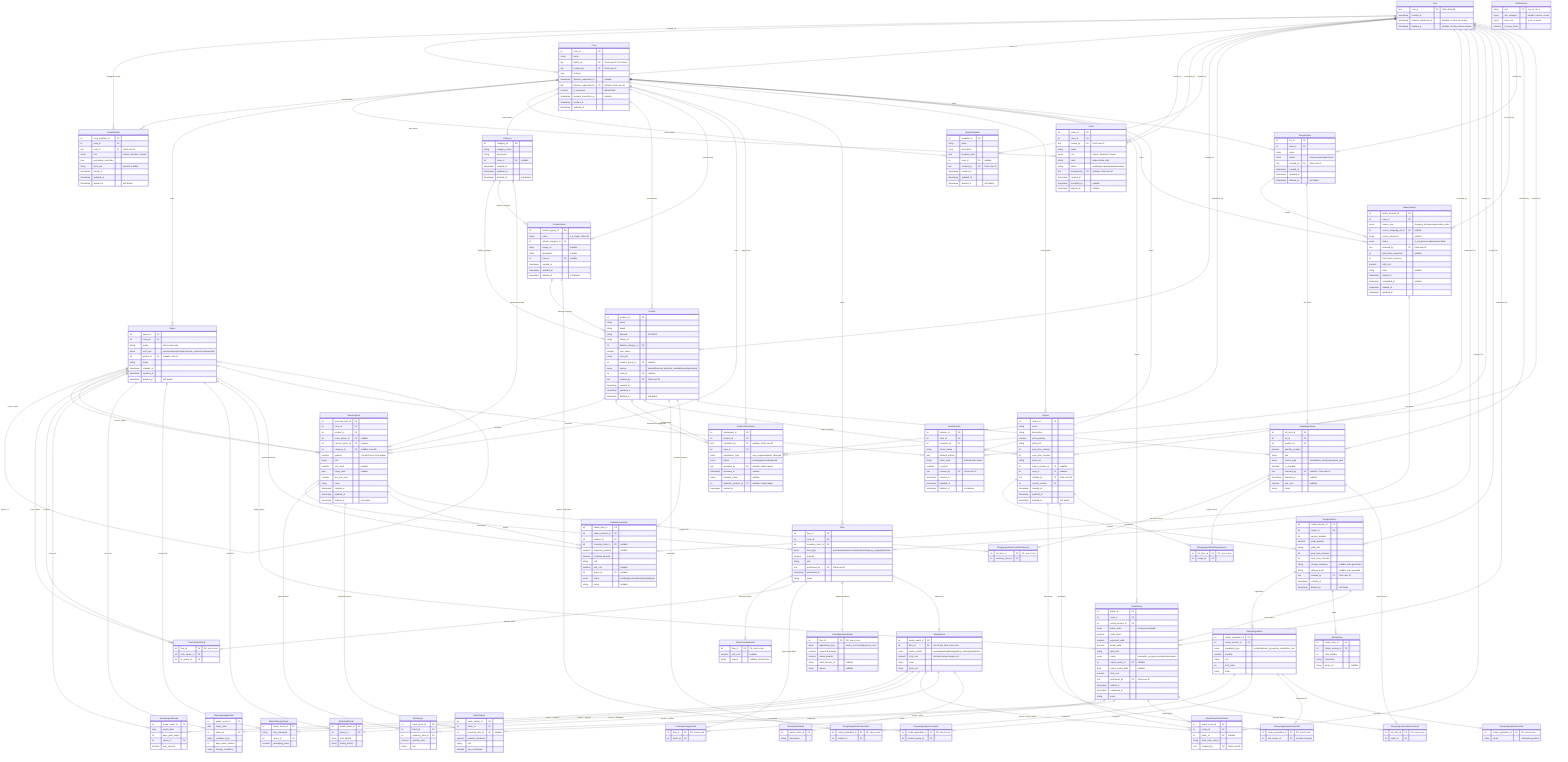
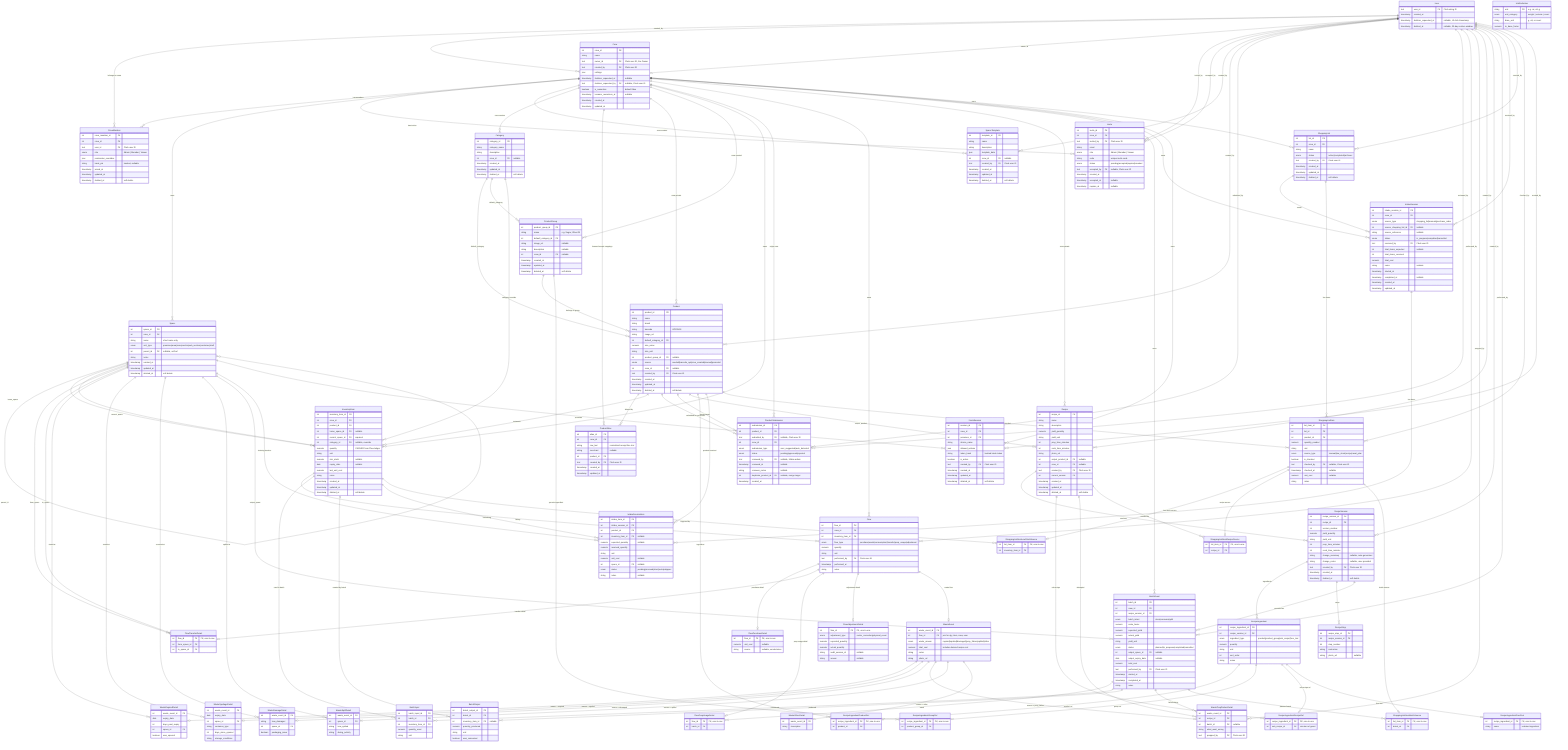
erDiagram
    %% ═══════════════════════════════════════════
    %% INMAN — Entity Relationship Diagram
    %% Updated: March 31, 2026 (post-review v3 + onboarding journey)
    %% Changes: Added Invite entity, token_hash on KioskSession
    %% ═══════════════════════════════════════════

    %% ─── TENANCY & AUTH ───────────────────────

    Crew {
        int crew_id PK
        string name
        text owner_id FK "Clerk user ID, the Owner"
        text created_by FK "Clerk user ID"
        json settings
        timestamp deletion_requested_at "nullable"
        text deletion_requested_by FK "nullable, Clerk user ID"
        boolean is_ownerless "default false"
        timestamp became_ownerless_at "nullable"
        timestamp created_at
        timestamp updated_at
    }

    User {
        text user_id PK "Clerk string ID"
        timestamp created_at
        timestamp deletion_requested_at "nullable, UI click timestamp"
        timestamp deleted_at "nullable, 30-day restore window"
    }

    CrewMember {
        int crew_member_id PK
        int crew_id FK
        text user_id FK "Clerk user ID"
        enum role "Admin | Member | Viewer"
        json permission_overrides
        string kiosk_pin "hashed, nullable"
        timestamp joined_at
        timestamp updated_at
        timestamp deleted_at "soft delete"
    }

    Invite {
        int invite_id PK
        int crew_id FK
        text invited_by FK "Clerk user ID"
        string email
        enum role "Admin | Member | Viewer"
        string code "unique invite code"
        enum status "pending|accepted|expired|revoked"
        text accepted_by FK "nullable, Clerk user ID"
        timestamp created_at
        timestamp accepted_at "nullable"
        timestamp expires_at "nullable"
    }

    User ||--o{ CrewMember : "belongs to crews"
    Crew ||--o{ CrewMember : "has members"
    User ||--o{ Crew : "created_by"
    User ||--o| Crew : "owner_id"
    Crew ||--o{ Invite : "has invites"
    User ||--o{ Invite : "invited_by"
    User ||--o{ Invite : "accepted_by"

    %% ─── SPACES ───────────────────────────────

    Space {
        int space_id PK
        int crew_id FK
        string name "short name only"
        enum unit_type "premises|area|zone|section|sub_section|container|shelf"
        int parent_id FK "nullable, self-ref"
        string notes
        timestamp created_at
        timestamp updated_at
        timestamp deleted_at "soft delete"
    }

    SpaceTemplate {
        int template_id PK
        string name
        string description
        json template_data
        int crew_id FK "nullable"
        text created_by FK "Clerk user ID"
        timestamp created_at
        timestamp updated_at
        timestamp deleted_at "soft delete"
    }

    Crew ||--o{ Space : "owns"
    Space ||--o{ Space : "parent_id"
    Crew ||--o{ SpaceTemplate : "crew-created"
    User ||--o{ SpaceTemplate : "created_by"

    %% ─── CATALOG ──────────────────────────────

    Product {
        int product_id PK
        string name
        string brand
        string barcode "UPC/EAN"
        string image_url
        int default_category_id FK
        numeric size_value
        string size_unit
        int product_group_id FK "nullable"
        enum source "seeded|barcode_api|crew_created|manual|promoted"
        int crew_id FK "nullable"
        text created_by FK "Clerk user ID"
        timestamp created_at
        timestamp updated_at
        timestamp deleted_at "soft delete"
    }

+     ProductAlias {
+         int alias_id PK
+         int crew_id FK
+         string raw_text "normalized receipt line text"
+         string merchant "nullable"
+         int product_id FK
+         text created_by FK "Clerk user ID"
+         timestamp created_at
+         timestamp updated_at
+     }
+ 
    ProductGroup {
        int product_group_id PK
        string name "e.g. Sugar, Olive Oil"
        int default_category_id FK
        string image_url "nullable"
        string description "nullable"
        int crew_id FK "nullable"
        timestamp created_at
        timestamp updated_at
        timestamp deleted_at "soft delete"
    }

    Category {
        int category_id PK
        string category_name
        string description
        int crew_id FK "nullable"
        timestamp created_at
        timestamp updated_at
        timestamp deleted_at "soft delete"
    }

    InventoryItem {
        int inventory_item_id PK
        int crew_id FK
        int product_id FK
        int home_space_id FK "nullable"
        int current_space_id FK "required"
        int category_id FK "nullable, override"
        numeric quantity "CACHED from Flow ledger"
        string unit
        numeric min_stock "nullable"
        date expiry_date "nullable"
        numeric last_unit_cost
        string notes
        timestamp created_at
        timestamp updated_at
        timestamp deleted_at "soft delete"
    }

    Category ||--o{ Product : "default_category"
    Category ||--o{ ProductGroup : "default_category"
    ProductGroup ||--o{ Product : "belongs to group"
    Crew ||--o{ Category : "crew-custom"
+     Crew ||--o{ ProductAlias : "learned receipt mappings"
+     Product ||--o{ ProductAlias : "aliased by"
    Crew ||--o{ Product : "crew-private"
    Crew ||--o{ ProductGroup : "crew-created"
    User ||--o{ Product : "created_by"
    Product ||--o{ InventoryItem : "instances"
    Crew ||--o{ InventoryItem : "owns"
    Space ||--o{ InventoryItem : "home_space"
    Space ||--o{ InventoryItem : "current_space"
    Category ||--o{ InventoryItem : "category override"

    %% ─── CATALOG CURATION ─────────────────────

    ProductSubmission {
        int submission_id PK
        int product_id FK
        text submitted_by FK "nullable, Clerk user ID"
        int crew_id FK
        enum submission_type "user_suggested|auto_detected"
        enum status "pending|approved|rejected"
        text reviewed_by FK "nullable, InMan admin"
        timestamp reviewed_at "nullable"
        string reviewer_notes "nullable"
        int duplicate_product_id FK "nullable, merge target"
        timestamp created_at
    }

    Product ||--o{ ProductSubmission : "submitted for promotion"
    Product ||--o{ ProductSubmission : "merge target"
    Crew ||--o{ ProductSubmission : "origin crew"
    User ||--o{ ProductSubmission : "submitted_by"
    User ||--o{ ProductSubmission : "reviewed_by"

    %% ─── REFERENCE DATA ───────────────────────

    UnitDefinition {
        string unit PK "e.g. oz, ml, g"
        enum unit_category "weight | volume | count"
        string base_unit "g, ml, or count"
        numeric to_base_factor
    }

    %% ─── FLOWS ────────────────────────────────

    Flow {
        int flow_id PK
        int crew_id FK
        int inventory_item_id FK
        enum flow_type "purchase|waste|consumption|transfer|prep_usage|adjustment"
        numeric quantity
        string unit
        text performed_by FK "Clerk user ID"
        timestamp performed_at
        string notes
    }

    FlowPurchaseDetail {
        int flow_id FK "PK, one-to-one"
        numeric unit_cost "nullable"
        string source "nullable, vendor/store"
    }

    FlowTransferDetail {
        int flow_id FK "PK, one-to-one"
        int from_space_id FK
        int to_space_id FK
    }

    FlowPrepUsageDetail {
        int flow_id FK "PK, one-to-one"
        int batch_id FK
    }

    Crew ||--o{ Flow : "owns"
    InventoryItem ||--o{ Flow : "history"
    User ||--o{ Flow : "performed_by"
    Flow ||--o| FlowPurchaseDetail : "purchase detail"
    Flow ||--o| FlowTransferDetail : "transfer detail"
    Flow ||--o| FlowPrepUsageDetail : "prep usage detail"
    Space ||--o{ FlowTransferDetail : "from_space"
    Space ||--o{ FlowTransferDetail : "to_space"
    BatchEvent ||--o{ FlowPrepUsageDetail : "batch"

    FlowAdjustmentDetail {
        int flow_id FK "PK, one-to-one"
        enum adjustment_type "cache_correction|physical_count"
        numeric expected_quantity
        numeric actual_quantity
        string audit_session_id "nullable"
        string reason "nullable"
    }

    Flow ||--o| FlowAdjustmentDetail : "adjustment detail"

    %% ─── WASTE ────────────────────────────────

    WasteEvent {
        int waste_event_id PK
        int flow_id FK "join for qty, item, crew, user"
        enum waste_reason "expired|spoiled|damaged|prep_failure|spilled|other"
        numeric total_cost "includes derived recipe cost"
        string notes
        string photo_url
    }

    WasteExpiredDetail {
        int waste_event_id FK
        date expiry_date
        int days_past_expiry
        int space_id FK
        boolean was_opened
    }

    WasteSpoilageDetail {
        int waste_event_id FK
        date expiry_date
        int space_id FK
        string container_type
        int days_since_opened
        string storage_conditions
    }

    WasteDamageDetail {
        int waste_event_id FK
        string how_damaged
        int space_id FK
        boolean packaging_issue
    }

    WastePrepFailureDetail {
        int waste_event_id FK
        int recipe_id FK
        int batch_id FK "nullable"
        string what_went_wrong
        text prepped_by FK "Clerk user ID"
    }

    WasteSpillDetail {
        int waste_event_id FK
        int space_id FK
        string how_spilled
        string during_activity
    }

    WasteOtherDetail {
        int waste_event_id FK
        string description
    }

    Flow ||--o| WasteEvent : "waste flow"
    WasteEvent ||--o| WasteExpiredDetail : "reason = expired"
    WasteEvent ||--o| WasteSpoilageDetail : "reason = spoiled"
    WasteEvent ||--o| WasteDamageDetail : "reason = damaged"
    WasteEvent ||--o| WastePrepFailureDetail : "reason = prep_failure"
    WasteEvent ||--o| WasteSpillDetail : "reason = spilled"
    WasteEvent ||--o| WasteOtherDetail : "reason = other"
    Space ||--o{ WasteExpiredDetail : "stored at"
    Space ||--o{ WasteSpoilageDetail : "stored at"
    Space ||--o{ WasteDamageDetail : "occurred at"
    Space ||--o{ WasteSpillDetail : "spilled at"
    User ||--o{ WastePrepFailureDetail : "prepped_by"

    %% ─── RECIPES ──────────────────────────────

    Recipe {
        int recipe_id PK
        string name
        string description
        numeric yield_quantity
        string yield_unit
        int prep_time_minutes
        int cook_time_minutes
        string photo_url
        int output_product_id FK "nullable"
        int crew_id FK "nullable"
        text created_by FK "Clerk user ID"
        int current_version FK
        timestamp created_at
        timestamp updated_at
        timestamp deleted_at "soft delete"
    }

    RecipeVersion {
        int recipe_version_id PK
        int recipe_id FK
        int version_number
        numeric yield_quantity
        string yield_unit
        int prep_time_minutes
        int cook_time_minutes
        string change_summary "nullable, auto-generated"
        string change_notes "nullable, user-provided"
        text created_by FK "Clerk user ID"
        timestamp created_at
        timestamp deleted_at "soft delete"
    }

    RecipeIngredient {
        int recipe_ingredient_id PK
        int recipe_version_id FK
        enum ingredient_type "product|product_group|sub_recipe|free_text"
        numeric quantity
        string unit
        int sort_order
        string notes
    }

    RecipeIngredientProductRef {
        int recipe_ingredient_id FK "PK, one-to-one"
        int product_id FK
    }

    RecipeIngredientGroupRef {
        int recipe_ingredient_id FK "PK, one-to-one"
        int product_group_id FK
    }

    RecipeIngredientRecipeRef {
        int recipe_ingredient_id FK "PK, one-to-one"
        int sub_recipe_id FK "circular ref guard"
    }

    RecipeIngredientFreeText {
        int recipe_ingredient_id FK "PK, one-to-one"
        string name "unlinked ingredient"
    }

    RecipeStep {
        int recipe_step_id PK
        int recipe_version_id FK
        int step_number
        string instruction
        string photo_url "nullable"
    }

    Crew ||--o{ Recipe : "crew-private"
    User ||--o{ Recipe : "created_by"
    Product ||--o{ Recipe : "output_product"
    Recipe ||--o{ RecipeVersion : "versions"
    RecipeVersion ||--o{ RecipeIngredient : "ingredients"
    RecipeVersion ||--o{ RecipeStep : "steps"
    RecipeIngredient ||--o| RecipeIngredientProductRef : "product ref"
    RecipeIngredient ||--o| RecipeIngredientGroupRef : "group ref"
    RecipeIngredient ||--o| RecipeIngredientRecipeRef : "sub-recipe ref"
    RecipeIngredient ||--o| RecipeIngredientFreeText : "free text"
    Product ||--o{ RecipeIngredientProductRef : "ingredient"
    ProductGroup ||--o{ RecipeIngredientGroupRef : "generic ingredient"
    Recipe ||--o{ RecipeIngredientRecipeRef : "sub-recipe"
    User ||--o{ RecipeVersion : "created_by"
    Recipe ||--o{ WastePrepFailureDetail : "attempted"

    %% ─── BATCHING ─────────────────────────────

    BatchEvent {
        int batch_id PK
        int crew_id FK
        int recipe_version_id FK
        enum batch_intent "store|consume|split"
        numeric scale_factor
        numeric expected_yield
        numeric actual_yield
        string yield_unit
        enum status "planned|in_progress|completed|cancelled"
        int output_space_id FK "nullable"
        date output_expiry_date "nullable"
        numeric total_cost
        text performed_by FK "Clerk user ID"
        timestamp started_at
        timestamp completed_at
        string notes
    }

    BatchInput {
        int batch_input_id PK
        int batch_id FK
        int inventory_item_id FK
        numeric quantity_used
        string unit
    }

    BatchOutput {
        int batch_output_id PK
        int batch_id FK
        int inventory_item_id FK "nullable"
        numeric quantity_produced
        string unit
        boolean was_consumed
    }

    Crew ||--o{ BatchEvent : "owns"
    RecipeVersion ||--o{ BatchEvent : "executed as"
    User ||--o{ BatchEvent : "performed_by"
    Space ||--o{ BatchEvent : "output_space"
    BatchEvent ||--o{ BatchInput : "consumed"
    BatchEvent ||--o{ BatchOutput : "produced"
    InventoryItem ||--o{ BatchInput : "used in batch"
    InventoryItem ||--o{ BatchOutput : "created by batch"
    BatchEvent ||--o{ WastePrepFailureDetail : "failed during"

    %% ─── SHOPPING ─────────────────────────────

    IntakeSession {
        int intake_session_id PK
        int crew_id FK
        enum source_type "shopping_list|manual|purchase_order"
        int source_shopping_list_id FK "nullable"
        string source_reference "nullable"
        enum status "in_progress|completed|cancelled"
        text received_by FK "Clerk user ID"
        int total_items_expected "nullable"
        int total_items_received
        numeric total_cost
        string notes "nullable"
        timestamp started_at
        timestamp completed_at "nullable"
        timestamp created_at
        timestamp updated_at
    }

    IntakeSessionItem {
        int intake_item_id PK
        int intake_session_id FK
        int product_id FK
        int inventory_item_id FK "nullable"
        numeric expected_quantity "nullable"
        numeric received_quantity
        string unit
        numeric unit_cost "nullable"
        int space_id FK "nullable"
        enum status "pending|received|short|extra|skipped"
        string notes "nullable"
    }

    Crew ||--o{ IntakeSession : "owns"
    User ||--o{ IntakeSession : "received_by"
    ShoppingList ||--o{ IntakeSession : "seeds"
    IntakeSession ||--o{ IntakeSessionItem : "line items"
    Product ||--o{ IntakeSessionItem : "product received"
    InventoryItem ||--o{ IntakeSessionItem : "restocking"
    Space ||--o{ IntakeSessionItem : "shelving location"

    ShoppingList {
        int list_id PK
        int crew_id FK
        string name
        enum status "active|completed|archived"
        text created_by FK "Clerk user ID"
        timestamp created_at
        timestamp updated_at
        timestamp deleted_at "soft delete"
    }

    ShoppingListItem {
        int list_item_id PK
        int list_id FK
        int product_id FK
        numeric quantity_needed
        string unit
        enum source_type "manual|low_stock|recipe|meal_plan"
        boolean is_checked
        text checked_by FK "nullable, Clerk user ID"
        timestamp checked_at "nullable"
        numeric unit_cost "nullable"
        string notes
    }

    ShoppingListItemLowStockSource {
        int list_item_id FK "PK, one-to-one"
        int inventory_item_id FK
    }

    ShoppingListItemRecipeSource {
        int list_item_id FK "PK, one-to-one"
        int recipe_id FK
    }

    ShoppingListItemBatchSource {
        int list_item_id FK "PK, one-to-one"
        int batch_id FK
    }

    Crew ||--o{ ShoppingList : "owns"
    User ||--o{ ShoppingList : "created_by"
    ShoppingList ||--o{ ShoppingListItem : "line items"
    Product ||--o{ ShoppingListItem : "product needed"
    User ||--o{ ShoppingListItem : "checked_by"
    ShoppingListItem ||--o| ShoppingListItemLowStockSource : "low stock source"
    ShoppingListItem ||--o| ShoppingListItemRecipeSource : "recipe source"
    ShoppingListItem ||--o| ShoppingListItemBatchSource : "batch source"
    InventoryItem ||--o{ ShoppingListItemLowStockSource : "triggered by"
    Recipe ||--o{ ShoppingListItemRecipeSource : "needed for"
    BatchEvent ||--o{ ShoppingListItemBatchSource : "planned batch"

    %% ─── KIOSK ────────────────────────────────

    KioskSession {
        int session_id PK
        int crew_id FK
        int premises_id FK
        string device_name
        json allowed_actions
        string token_hash "hashed kiosk token"
        boolean is_active
        text created_by FK "Clerk user ID"
        timestamp created_at
        timestamp updated_at
        timestamp deleted_at "soft delete"
    }

    Crew ||--o{ KioskSession : "owns"
    Space ||--o{ KioskSession : "premises"
    User ||--o{ KioskSession : "created_by"
